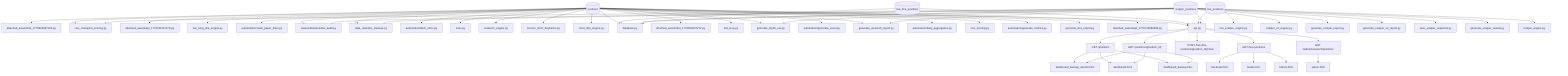
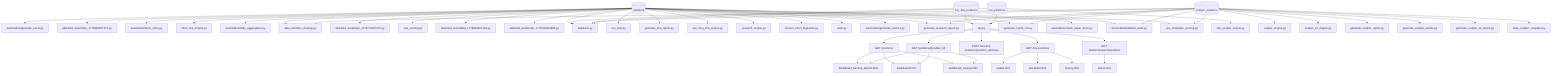
graph TD
+     positions[("positions")] --> automation_generate_excel_py["automation/generate_excel.py"]
+     positions[("positions")] --> attached_assets_bot_1779664637272_py["attached_assets/bot_1779664637272.py"]
+     positions[("positions")] --> automation_fetch_ohlcv_py["automation/fetch_ohlcv.py"]
+     positions[("positions")] --> short_dca_engine_py["short_dca_engine.py"]
+     positions[("positions")] --> automation_daily_aggregation_py["automation/daily_aggregation.py"]
+     positions[("positions")] --> data_retention_cleanup_py["data_retention_cleanup.py"]
+     positions[("positions")] --> attached_assets_api_1779741157276_py["attached_assets/api_1779741157276.py"]
+     positions[("positions")] --> rars_scoring_py["rars_scoring.py"]
    positions[("positions")] --> attached_assets_bot_1779664997163_py["attached_assets/bot_1779664997163.py"]
-     positions[("positions")] --> rars_champion_scoring_py["rars_champion_scoring.py"]
-     positions[("positions")] --> attached_assets_api_1779741157276_py["attached_assets/api_1779741157276.py"]
+     positions[("positions")] --> attached_assets_api_1779740966898_py["attached_assets/api_1779740966898.py"]
+     positions[("positions")] --> database_py["database.py"]
+     positions[("positions")] --> bot_loop_py["bot_loop.py"]
+     positions[("positions")] --> generate_dca_report_py["generate_dca_report.py"]
    positions[("positions")] --> live_long_dca_engine_py["live_long_dca_engine.py"]
+     positions[("positions")] --> research_engine_py["research_engine.py"]
+     positions[("positions")] --> recover_short_buybacks_py["recover_short_buybacks.py"]
+     positions[("positions")] --> main_py["main.py"]
+     positions[("positions")] --> automation_generate_metrics_py["automation/generate_metrics.py"]
+     positions[("positions")] --> generate_research_report_py["generate_research_report.py"]
+     positions[("positions")] --> api_py["api.py"]
+     positions[("positions")] --> generate_top25_csv_py["generate_top25_csv.py"]
    positions[("positions")] --> automation_check_paper_timer_py["automation/check_paper_timer.py"]
    positions[("positions")] --> AverionBot_tools_bot_audit_py["AverionBot/tools/bot_audit.py"]
-     positions[("positions")] --> data_retention_cleanup_py["data_retention_cleanup.py"]
-     positions[("positions")] --> automation_fetch_ohlcv_py["automation/fetch_ohlcv.py"]
-     positions[("positions")] --> main_py["main.py"]
-     positions[("positions")] --> research_engine_py["research_engine.py"]
-     positions[("positions")] --> recover_short_buybacks_py["recover_short_buybacks.py"]
-     positions[("positions")] --> short_dca_engine_py["short_dca_engine.py"]
-     positions[("positions")] --> database_py["database.py"]
-     positions[("positions")] --> attached_assets_bot_1779664637272_py["attached_assets/bot_1779664637272.py"]
-     positions[("positions")] --> bot_loop_py["bot_loop.py"]
-     positions[("positions")] --> generate_top25_csv_py["generate_top25_csv.py"]
-     positions[("positions")] --> automation_generate_excel_py["automation/generate_excel.py"]
-     positions[("positions")] --> generate_research_report_py["generate_research_report.py"]
-     positions[("positions")] --> automation_daily_aggregation_py["automation/daily_aggregation.py"]
-     positions[("positions")] --> rars_scoring_py["rars_scoring.py"]
-     positions[("positions")] --> automation_generate_metrics_py["automation/generate_metrics.py"]
-     positions[("positions")] --> generate_dca_report_py["generate_dca_report.py"]
-     positions[("positions")] --> attached_assets_api_1779740966898_py["attached_assets/api_1779740966898.py"]
-     positions[("positions")] --> api_py["api.py"]
+     positions[("positions")] --> rars_champion_scoring_py["rars_champion_scoring.py"]
    live_dca_positions[("live_dca_positions")] --> api_py["api.py"]
    live_dca_positions[("live_dca_positions")] --> database_py["database.py"]
    live_positions[("live_positions")] --> live_scalper_engine_py["live_scalper_engine.py"]
    live_positions[("live_positions")] --> api_py["api.py"]
    live_positions[("live_positions")] --> database_py["database.py"]
+     scalper_positions[("scalper_positions")] --> scalper_engine_py["scalper_engine.py"]
+     scalper_positions[("scalper_positions")] --> generate_top25_csv_py["generate_top25_csv.py"]
    scalper_positions[("scalper_positions")] --> scalper_v2_engine_py["scalper_v2_engine.py"]
-     scalper_positions[("scalper_positions")] --> generate_top25_csv_py["generate_top25_csv.py"]
-     scalper_positions[("scalper_positions")] --> rars_champion_scoring_py["rars_champion_scoring.py"]
-     scalper_positions[("scalper_positions")] --> data_retention_cleanup_py["data_retention_cleanup.py"]
    scalper_positions[("scalper_positions")] --> generate_scalper_report_py["generate_scalper_report.py"]
-     scalper_positions[("scalper_positions")] --> generate_research_report_py["generate_research_report.py"]
+     scalper_positions[("scalper_positions")] --> generate_scalper_results_py["generate_scalper_results.py"]
+     scalper_positions[("scalper_positions")] --> AverionBot_tools_bot_audit_py["AverionBot/tools/bot_audit.py"]
+     scalper_positions[("scalper_positions")] --> database_py["database.py"]
    scalper_positions[("scalper_positions")] --> generate_scalper_v2_report_py["generate_scalper_v2_report.py"]
    scalper_positions[("scalper_positions")] --> save_scalper_snapshot_py["save_scalper_snapshot.py"]
-     scalper_positions[("scalper_positions")] --> generate_scalper_results_py["generate_scalper_results.py"]
-     scalper_positions[("scalper_positions")] --> AverionBot_tools_bot_audit_py["AverionBot/tools/bot_audit.py"]
+     scalper_positions[("scalper_positions")] --> rars_champion_scoring_py["rars_champion_scoring.py"]
    scalper_positions[("scalper_positions")] --> api_py["api.py"]
-     scalper_positions[("scalper_positions")] --> scalper_engine_py["scalper_engine.py"]
-     scalper_positions[("scalper_positions")] --> database_py["database.py"]
+     scalper_positions[("scalper_positions")] --> data_retention_cleanup_py["data_retention_cleanup.py"]
+     scalper_positions[("scalper_positions")] --> generate_research_report_py["generate_research_report.py"]
    api_py --> _positions["GET /positions"]
    _positions --> dashboard_backup_item23_html["dashboard_backup_item23.html"]
    _positions --> dashboard_html["dashboard.html"]
    _positions --> dashboard_backup_html["dashboard_backup.html"]
    api_py --> _positions_position_id["GET /positions/{position_id}"]
    _positions_position_id --> dashboard_backup_item23_html["dashboard_backup_item23.html"]
    _positions_position_id --> dashboard_html["dashboard.html"]
    _positions_position_id --> dashboard_backup_html["dashboard_backup.html"]
    api_py --> _live-dca-positions_position_id_close["POST /live-dca-positions/{position_id}/close"]
    api_py --> _live-positions["GET /live-positions"]
+     _live-positions --> trades_html["trades.html"]
    _live-positions --> bot-detail_html["bot-detail.html"]
-     _live-positions --> trades_html["trades.html"]
    _live-positions --> history_html["history.html"]
    api_py --> _admin_research_positions["GET /admin/research/positions"]
    _admin_research_positions --> admin_html["admin.html"]
